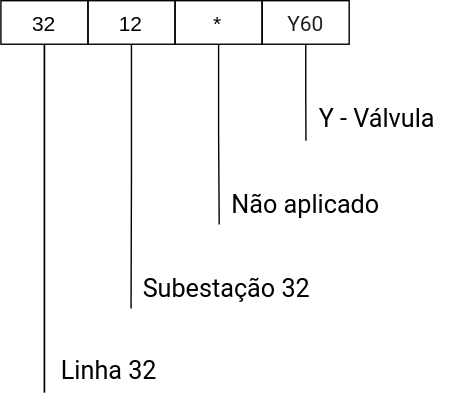
This is project/docs/source/lines/line32/2020_2021/software/classificacao/class_valvula.svg from luismbarroso/luisbarroso-documentacao, a draw.io export, as it was before one commit. Source tidied: cells renumbered, new cells last; positions are measured from the earlier drawing's top-left corner, leaving out a move shared by most shapes. Its diagram source:
```xml
<mxGraphModel>
  <root>
    <mxCell id="0" />
    <mxCell id="1" parent="0" />
    <mxCell id="2" style="edgeStyle=orthogonalEdgeStyle;rounded=0;jettySize=auto;html=1;fontSize=7;startArrow=none;startFill=0;endArrow=none;endFill=0;" parent="1" edge="1" source="3">
      <mxGeometry x="-1120" y="40" as="geometry">
        <mxPoint x="31.1" y="280" as="targetPoint" />
      </mxGeometry>
    </mxCell>
    <mxCell id="3" value="&lt;font style=&quot;font-size: 15px&quot;&gt;32&lt;/font&gt;" style="rounded=0;whiteSpace=wrap;html=1;fontSize=7;fillColor=none;" parent="1" vertex="1">
      <mxGeometry width="62.2" height="31.1" as="geometry" />
    </mxCell>
    <mxCell id="4" style="edgeStyle=orthogonalEdgeStyle;rounded=0;jettySize=auto;html=1;fontSize=7;startArrow=none;startFill=0;endArrow=none;endFill=0;" parent="1" edge="1" source="5">
      <mxGeometry x="-1120" y="40" as="geometry">
        <mxPoint x="93" y="220" as="targetPoint" />
      </mxGeometry>
    </mxCell>
    <mxCell id="5" value="&lt;font style=&quot;font-size: 15px&quot;&gt;12&lt;/font&gt;" style="rounded=0;whiteSpace=wrap;html=1;fontSize=7;fillColor=none;" parent="1" vertex="1">
      <mxGeometry x="62.2" width="62.2" height="31.1" as="geometry" />
    </mxCell>
    <mxCell id="6" style="edgeStyle=orthogonalEdgeStyle;rounded=0;jettySize=auto;html=1;fontSize=7;startArrow=none;startFill=0;endArrow=none;endFill=0;" parent="1" edge="1" source="7">
      <mxGeometry x="-1120" y="40" as="geometry">
        <mxPoint x="156" y="160" as="targetPoint" />
      </mxGeometry>
    </mxCell>
    <mxCell id="7" value="&lt;font style=&quot;font-size: 15px&quot;&gt;*&lt;/font&gt;" style="rounded=0;whiteSpace=wrap;html=1;fontSize=7;fillColor=none;" parent="1" vertex="1">
      <mxGeometry x="124.4" width="62.2" height="31.1" as="geometry" />
    </mxCell>
    <mxCell id="8" style="edgeStyle=orthogonalEdgeStyle;rounded=0;jettySize=auto;html=1;fontSize=7;startArrow=none;startFill=0;endArrow=none;endFill=0;" parent="1" edge="1" source="9">
      <mxGeometry x="-1120" y="40" as="geometry">
        <mxPoint x="218" y="100" as="targetPoint" />
      </mxGeometry>
    </mxCell>
    <mxCell id="9" value="&lt;span style=&quot;color: rgba(0 , 0 , 0 , 0.87) ; font-family: &amp;#34;roboto&amp;#34; , &amp;#34;helvetica neue&amp;#34; , &amp;#34;helvetica&amp;#34; , &amp;#34;arial&amp;#34; , sans-serif&quot;&gt;&lt;font style=&quot;font-size: 15px&quot;&gt;Y60&lt;/font&gt;&lt;/span&gt;" style="rounded=0;whiteSpace=wrap;html=1;fontSize=7;fillColor=none;" parent="1" vertex="1">
      <mxGeometry x="186.7" width="62.2" height="31.1" as="geometry" />
    </mxCell>
    <mxCell id="10" style="edgeStyle=orthogonalEdgeStyle;rounded=0;orthogonalLoop=1;jettySize=auto;html=1;fontSize=7;startArrow=none;startFill=0;endArrow=none;endFill=0;" parent="1" edge="1">
      <mxGeometry x="-1120" y="40" as="geometry">
        <mxPoint x="31.1" y="31.1" as="sourcePoint" />
        <mxPoint x="31.1" y="280" as="targetPoint" />
      </mxGeometry>
    </mxCell>
    <mxCell id="11" value="&lt;font face=&quot;roboto, helvetica neue, helvetica, arial, sans-serif&quot; style=&quot;font-size: 18px&quot;&gt;Linha 32&lt;/font&gt;" style="rounded=0;whiteSpace=wrap;html=1;fontSize=7;fillColor=none;strokeColor=none;" parent="1" vertex="1">
      <mxGeometry x="31.1" y="248.9" width="93.3" height="31.1" as="geometry" />
    </mxCell>
    <mxCell id="12" value="&lt;font face=&quot;roboto, helvetica neue, helvetica, arial, sans-serif&quot; style=&quot;font-size: 18px&quot;&gt;Subestação 32&lt;/font&gt;" style="rounded=0;whiteSpace=wrap;html=1;fontSize=7;fillColor=none;strokeColor=none;" parent="1" vertex="1">
      <mxGeometry x="93.3" y="189" width="136.7" height="31.1" as="geometry" />
    </mxCell>
    <mxCell id="13" value="&lt;font face=&quot;roboto, helvetica neue, helvetica, arial, sans-serif&quot;&gt;&lt;span style=&quot;font-size: 18px&quot;&gt;Y -&amp;nbsp;&lt;/span&gt;&lt;span style=&quot;font-size: 18px&quot;&gt;Válvula&lt;/span&gt;&lt;/font&gt;" style="rounded=0;whiteSpace=wrap;html=1;fontSize=7;fillColor=none;strokeColor=none;" parent="1" vertex="1">
      <mxGeometry x="218" y="68.5" width="102.2" height="31.1" as="geometry" />
    </mxCell>
    <mxCell id="14" value="&lt;font face=&quot;roboto, helvetica neue, helvetica, arial, sans-serif&quot; style=&quot;font-size: 18px&quot;&gt;Não aplicado&lt;/font&gt;" style="rounded=0;whiteSpace=wrap;html=1;fontSize=7;fillColor=none;strokeColor=none;" parent="1" vertex="1">
      <mxGeometry x="156" y="129.4" width="124" height="31.1" as="geometry" />
    </mxCell>
  </root>
</mxGraphModel>
```
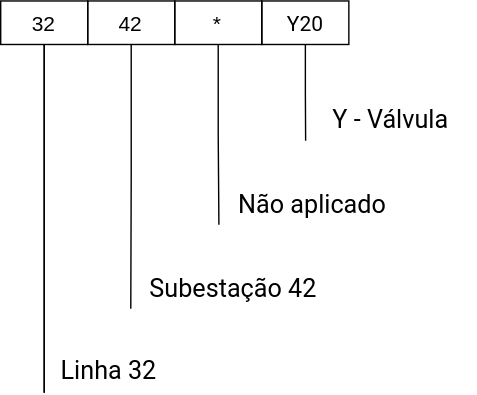
After the change.

Diff of the diagram source:
```diff
@@ -15,7 +15,7 @@
         <mxPoint x="93" y="220" as="targetPoint" />
       </mxGeometry>
     </mxCell>
-    <mxCell id="5" value="&lt;font style=&quot;font-size: 15px&quot;&gt;12&lt;/font&gt;" style="rounded=0;whiteSpace=wrap;html=1;fontSize=7;fillColor=none;" parent="1" vertex="1">
+    <mxCell id="5" value="&lt;font style=&quot;font-size: 15px&quot;&gt;42&lt;/font&gt;" style="rounded=0;whiteSpace=wrap;html=1;fontSize=7;fillColor=none;" parent="1" vertex="1">
       <mxGeometry x="62.2" width="62.2" height="31.1" as="geometry" />
     </mxCell>
     <mxCell id="6" style="edgeStyle=orthogonalEdgeStyle;rounded=0;jettySize=auto;html=1;fontSize=7;startArrow=none;startFill=0;endArrow=none;endFill=0;" parent="1" edge="1" source="7">
@@ -31,7 +31,7 @@
         <mxPoint x="218" y="100" as="targetPoint" />
       </mxGeometry>
     </mxCell>
-    <mxCell id="9" value="&lt;span style=&quot;color: rgba(0 , 0 , 0 , 0.87) ; font-family: &amp;#34;roboto&amp;#34; , &amp;#34;helvetica neue&amp;#34; , &amp;#34;helvetica&amp;#34; , &amp;#34;arial&amp;#34; , sans-serif&quot;&gt;&lt;font style=&quot;font-size: 15px&quot;&gt;Y60&lt;/font&gt;&lt;/span&gt;" style="rounded=0;whiteSpace=wrap;html=1;fontSize=7;fillColor=none;" parent="1" vertex="1">
+    <mxCell id="9" value="&lt;font face=&quot;roboto, helvetica neue, helvetica, arial, sans-serif&quot;&gt;&lt;span style=&quot;font-size: 15px&quot;&gt;Y20&lt;/span&gt;&lt;/font&gt;" style="rounded=0;whiteSpace=wrap;html=1;fontSize=7;fillColor=none;" parent="1" vertex="1">
       <mxGeometry x="186.7" width="62.2" height="31.1" as="geometry" />
     </mxCell>
     <mxCell id="10" style="edgeStyle=orthogonalEdgeStyle;rounded=0;orthogonalLoop=1;jettySize=auto;html=1;fontSize=7;startArrow=none;startFill=0;endArrow=none;endFill=0;" parent="1" edge="1">
@@ -43,14 +43,14 @@
     <mxCell id="11" value="&lt;font face=&quot;roboto, helvetica neue, helvetica, arial, sans-serif&quot; style=&quot;font-size: 18px&quot;&gt;Linha 32&lt;/font&gt;" style="rounded=0;whiteSpace=wrap;html=1;fontSize=7;fillColor=none;strokeColor=none;" parent="1" vertex="1">
       <mxGeometry x="31.1" y="248.9" width="93.3" height="31.1" as="geometry" />
     </mxCell>
-    <mxCell id="12" value="&lt;font face=&quot;roboto, helvetica neue, helvetica, arial, sans-serif&quot; style=&quot;font-size: 18px&quot;&gt;Subestação 32&lt;/font&gt;" style="rounded=0;whiteSpace=wrap;html=1;fontSize=7;fillColor=none;strokeColor=none;" parent="1" vertex="1">
-      <mxGeometry x="93.3" y="189" width="136.7" height="31.1" as="geometry" />
+    <mxCell id="12" value="&lt;font face=&quot;roboto, helvetica neue, helvetica, arial, sans-serif&quot; style=&quot;font-size: 18px&quot;&gt;Subestação 42&lt;/font&gt;" style="rounded=0;whiteSpace=wrap;html=1;fontSize=7;fillColor=none;strokeColor=none;" parent="1" vertex="1">
+      <mxGeometry x="93.3" y="189" width="146.7" height="31.1" as="geometry" />
     </mxCell>
     <mxCell id="13" value="&lt;font face=&quot;roboto, helvetica neue, helvetica, arial, sans-serif&quot;&gt;&lt;span style=&quot;font-size: 18px&quot;&gt;Y -&amp;nbsp;&lt;/span&gt;&lt;span style=&quot;font-size: 18px&quot;&gt;Válvula&lt;/span&gt;&lt;/font&gt;" style="rounded=0;whiteSpace=wrap;html=1;fontSize=7;fillColor=none;strokeColor=none;" parent="1" vertex="1">
-      <mxGeometry x="218" y="68.5" width="102.2" height="31.1" as="geometry" />
+      <mxGeometry x="218" y="68.5" width="122" height="31.1" as="geometry" />
     </mxCell>
-    <mxCell id="14" value="&lt;font face=&quot;roboto, helvetica neue, helvetica, arial, sans-serif&quot; style=&quot;font-size: 18px&quot;&gt;Não aplicado&lt;/font&gt;" style="rounded=0;whiteSpace=wrap;html=1;fontSize=7;fillColor=none;strokeColor=none;" parent="1" vertex="1">
-      <mxGeometry x="156" y="129.4" width="124" height="31.1" as="geometry" />
+    <mxCell id="14" value="&lt;span style=&quot;font-family: &amp;#34;roboto&amp;#34; , &amp;#34;helvetica neue&amp;#34; , &amp;#34;helvetica&amp;#34; , &amp;#34;arial&amp;#34; , sans-serif ; font-size: 18px&quot;&gt;Não aplicado&lt;/span&gt;" style="rounded=0;whiteSpace=wrap;html=1;fontSize=7;fillColor=none;strokeColor=none;" parent="1" vertex="1">
+      <mxGeometry x="156" y="129.4" width="134" height="31.1" as="geometry" />
     </mxCell>
   </root>
 </mxGraphModel>
```
